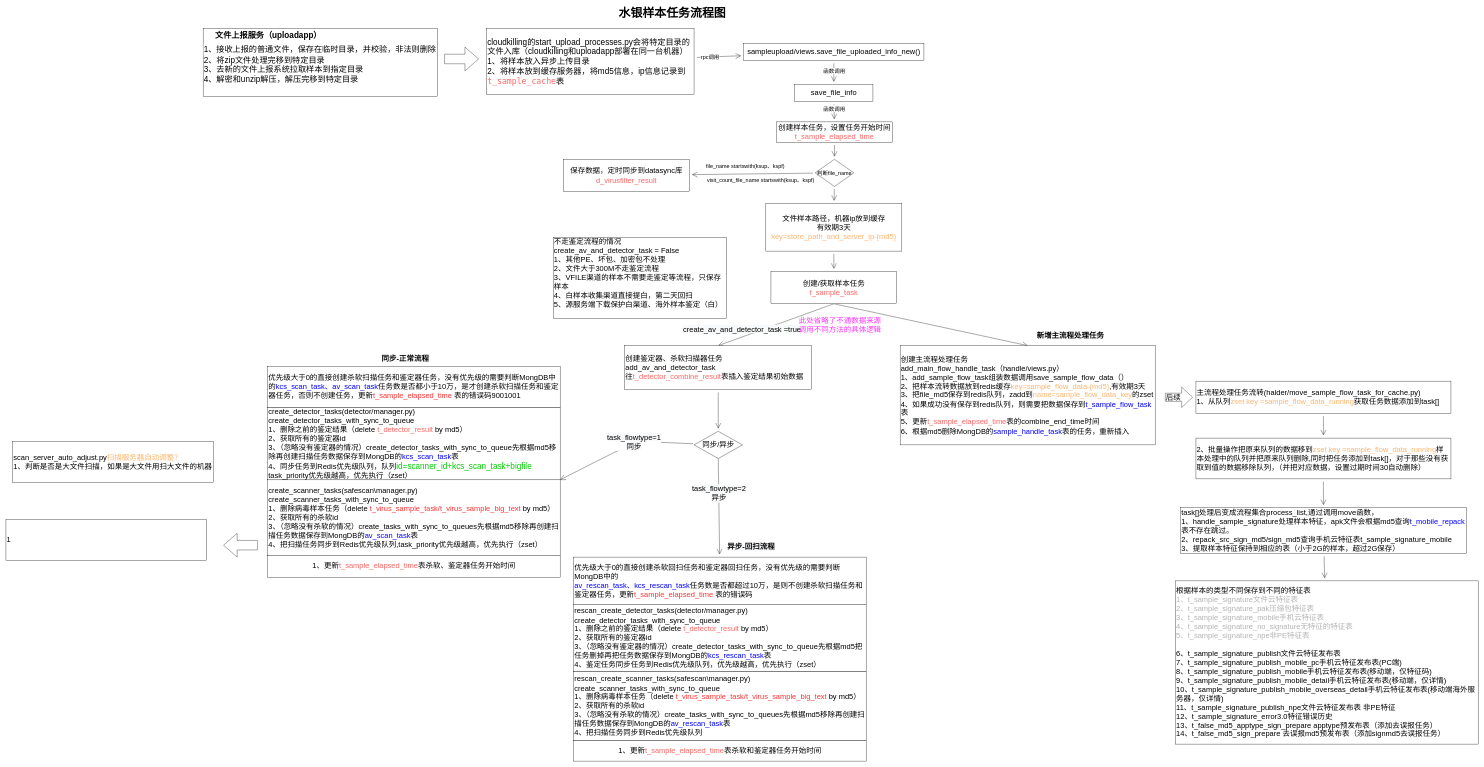
The draw.io diagram src/Untitled Diagram.drawio in liuhuihui01/design_model, before the edit. Source tidied: cells renumbered, new cells numbered last; positions are measured from the earlier drawing's top-left corner, leaving out a move shared by most shapes. Both pictures are drawn from the tidied source at 34%, with x=0, y=0 at pixel (6, 10).
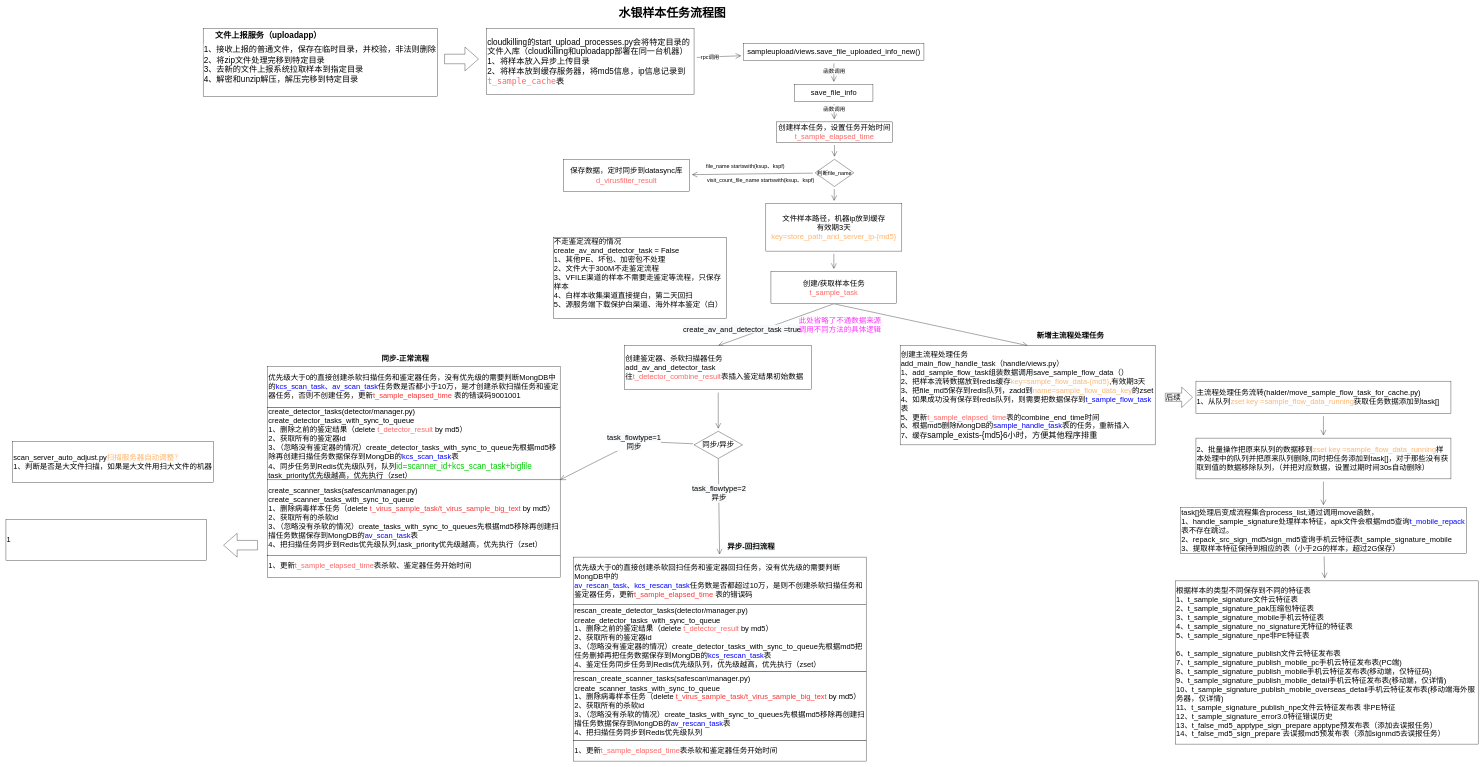
After the change.

Unchanged cells that the change refers to:
```xml
<mxCell id="39" style="group;" parent="38" vertex="1">
  <mxGeometry y="140" width="860" height="460" as="geometry" />
</mxCell>
<mxCell id="46" style="group;" parent="45" vertex="1">
  <mxGeometry y="119.6" width="860" height="500.4" as="geometry" />
</mxCell>
```

Diff of the diagram source:
```diff
@@
-    <mxCell id="25" value="创建主流程处理任务&lt;br&gt;add_main_flow_handle_task（handle/views.py）&lt;br&gt;1、add_sample_flow_task组装数据调用save_sample_flow_data（）&lt;br&gt;2、把样本流转数据放到redis缓存&lt;font color=&quot;#ffb570&quot;&gt;key=sample_flow_data-{md5}&lt;/font&gt;,有效期3天&lt;br&gt;3、把file_md5保存到redis队列，zadd到&lt;font color=&quot;#ffb570&quot;&gt;name=sample_flow_data_key&lt;/font&gt;的zset&lt;br&gt;4、如果成功没有保存到redis队列，则需要把数据保存到&lt;font color=&quot;#0000ff&quot;&gt;t_sample_flow_task&lt;/font&gt;表&lt;br&gt;5、更新&lt;font color=&quot;#ff6666&quot;&gt;t_sample_elapsed_time&lt;/font&gt;表的combine_end_time时间&lt;br&gt;6、根据md5删除MongDB的&lt;font color=&quot;#0000ff&quot;&gt;sample_handle_task&lt;/font&gt;表的任务，重新插入" style="rounded=0;whiteSpace=wrap;html=1;hachureGap=4;fontSize=22;align=left;" parent="1" vertex="1">
+    <mxCell id="25" value="创建主流程处理任务&lt;br&gt;add_main_flow_handle_task（handle/views.py）&lt;br&gt;1、add_sample_flow_task组装数据调用save_sample_flow_data（）&lt;br&gt;2、把样本流转数据放到redis缓存&lt;font color=&quot;#ffb570&quot;&gt;key=sample_flow_data-{md5}&lt;/font&gt;,有效期3天&lt;br&gt;3、把file_md5保存到redis队列，zadd到&lt;font color=&quot;#ffb570&quot;&gt;name=sample_flow_data_key&lt;/font&gt;的zset&lt;br&gt;4、如果成功没有保存到redis队列，则需要把数据保存到&lt;font color=&quot;#0000ff&quot;&gt;t_sample_flow_task&lt;/font&gt;表&lt;br&gt;5、更新&lt;font color=&quot;#ff6666&quot;&gt;t_sample_elapsed_time&lt;/font&gt;表的combine_end_time时间&lt;br&gt;6、根据md5删除MongDB的&lt;font color=&quot;#0000ff&quot;&gt;sample_handle_task&lt;/font&gt;表的任务，重新插入&lt;br&gt;7、缓存&lt;font style=&quot;font-size: 24px ; background-color: rgb(255 , 255 , 255)&quot;&gt;sample_exists-{md5}6小时，方便其他程序排重&lt;/font&gt;" style="rounded=0;whiteSpace=wrap;html=1;hachureGap=4;fontSize=22;align=left;" parent="1" vertex="1">
       <mxGeometry x="2630" y="988" width="750" height="292" as="geometry" />
     </mxCell>
@@
-    <mxCell id="43" value="1、更新&lt;font color=&quot;#ff6666&quot;&gt;t_sample_elapsed_time&lt;/font&gt;表杀软和鉴定器任务开始时间" style="rounded=0;whiteSpace=wrap;html=1;hachureGap=4;fontFamily=Helvetica;fontSize=22;fontColor=#000000;align=center;" parent="39" vertex="1">
+    <mxCell id="43" value="1、更新&lt;font color=&quot;#ff6666&quot;&gt;t_sample_elapsed_time&lt;/font&gt;表杀软和鉴定器任务开始时间" style="rounded=0;whiteSpace=wrap;html=1;hachureGap=4;fontFamily=Helvetica;fontSize=22;fontColor=#000000;align=left;" parent="39" vertex="1">
       <mxGeometry y="400" width="860" height="60" as="geometry" />
     </mxCell>
@@
-    <mxCell id="50" value="1、更新&lt;font color=&quot;#ff6666&quot;&gt;t_sample_elapsed_time&lt;/font&gt;表杀软、鉴定器任务开始时间" style="rounded=0;whiteSpace=wrap;html=1;hachureGap=4;fontFamily=Helvetica;fontSize=22;fontColor=#000000;align=center;" parent="46" vertex="1">
+    <mxCell id="50" value="1、更新&lt;font color=&quot;#ff6666&quot;&gt;t_sample_elapsed_time&lt;/font&gt;表杀软、鉴定器任务开始时间" style="rounded=0;whiteSpace=wrap;html=1;hachureGap=4;fontFamily=Helvetica;fontSize=22;fontColor=#000000;align=left;" parent="46" vertex="1">
       <mxGeometry y="435.1" width="860" height="65.3" as="geometry" />
     </mxCell>
@@
-    <mxCell id="57" value="2、批量操作把原来队列的数据移到&lt;font color=&quot;#ffb570&quot;&gt;zset key =sample_flow_data_running&lt;/font&gt;样本处理中的队列并把原来队列删除,同时把任务添加到task[]，对于那些没有获取到值的数据移除队列，（并把对应数据，设置过期时间30自动删除）" style="rounded=0;whiteSpace=wrap;html=1;hachureGap=4;fontSize=22;align=left;" parent="1" vertex="1">
+    <mxCell id="57" value="2、批量操作把原来队列的数据移到&lt;font color=&quot;#ffb570&quot;&gt;zset key =sample_flow_data_running&lt;/font&gt;样本处理中的队列并把原来队列删除,同时把任务添加到task[]，对于那些没有获取到值的数据移除队列，（并把对应数据，设置过期时间30s自动删除）" style="rounded=0;whiteSpace=wrap;html=1;hachureGap=4;fontSize=22;align=left;" parent="1" vertex="1">
       <mxGeometry x="3500" y="1260" width="750" height="120" as="geometry" />
     </mxCell>
@@
-    <mxCell id="60" value="根据样本的类型不同保存到不同的特征表&lt;br&gt;&lt;font color=&quot;#b3b3b3&quot;&gt;1、t_sample_signature文件云特征表&lt;br&gt;2、t_sample_signature_pak压缩包特征表&lt;br&gt;3、t_sample_signature_mobile手机云特征表&lt;br&gt;4、t_sample_signature_no_signature无特征的特征表&lt;br&gt;5、t_sample_signature_npe非PE特征表&lt;/font&gt;&lt;br&gt;&lt;br&gt;6、t_sample_signature_publish文件云特征发布表&lt;br&gt;7、t_sample_signature_publish_mobile_pc手机云特征发布表(PC端)&lt;br&gt;8、t_sample_signature_publish_mobile手机云特征发布表(移动端，仅特征码)&lt;br&gt;9、t_sample_signature_publish_mobile_detail手机云特征发布表(移动端，仅详情)&lt;br&gt;10、t_sample_signature_publish_mobile_overseas_detail手机云特征发布表(移动端海外服务器，仅详情)&lt;br&gt;11、t_sample_signature_publish_npe文件云特征发布表 非PE特征&lt;br&gt;12、t_sample_signature_error3.0特征错误历史&lt;br&gt;13、t_false_md5_apptype_sign_prepare apptype预发布表（添加去误报任务）&lt;br&gt;14、t_false_md5_sign_prepare 去误报md5预发布表（添加signmd5去误报任务）" style="rounded=0;whiteSpace=wrap;html=1;hachureGap=4;fontSize=22;align=left;" parent="1" vertex="1">
+    <mxCell id="60" value="根据样本的类型不同保存到不同的特征表&lt;br&gt;1、t_sample_signature文件云特征表&lt;br&gt;2、t_sample_signature_pak压缩包特征表&lt;br&gt;3、t_sample_signature_mobile手机云特征表&lt;br&gt;4、t_sample_signature_no_signature无特征的特征表&lt;br&gt;5、t_sample_signature_npe非PE特征表&lt;br&gt;&lt;br&gt;6、t_sample_signature_publish文件云特征发布表&lt;br&gt;7、t_sample_signature_publish_mobile_pc手机云特征发布表(PC端)&lt;br&gt;8、t_sample_signature_publish_mobile手机云特征发布表(移动端，仅特征码)&lt;br&gt;9、t_sample_signature_publish_mobile_detail手机云特征发布表(移动端，仅详情)&lt;br&gt;10、t_sample_signature_publish_mobile_overseas_detail手机云特征发布表(移动端海外服务器，仅详情)&lt;br&gt;11、t_sample_signature_publish_npe文件云特征发布表 非PE特征&lt;br&gt;12、t_sample_signature_error3.0特征错误历史&lt;br&gt;13、t_false_md5_apptype_sign_prepare apptype预发布表（添加去误报任务）&lt;br&gt;14、t_false_md5_sign_prepare 去误报md5预发布表（添加signmd5去误报任务）" style="rounded=0;whiteSpace=wrap;html=1;hachureGap=4;fontSize=22;align=left;" parent="1" vertex="1">
       <mxGeometry x="3440" y="1680" width="890" height="480" as="geometry" />
     </mxCell>
```
